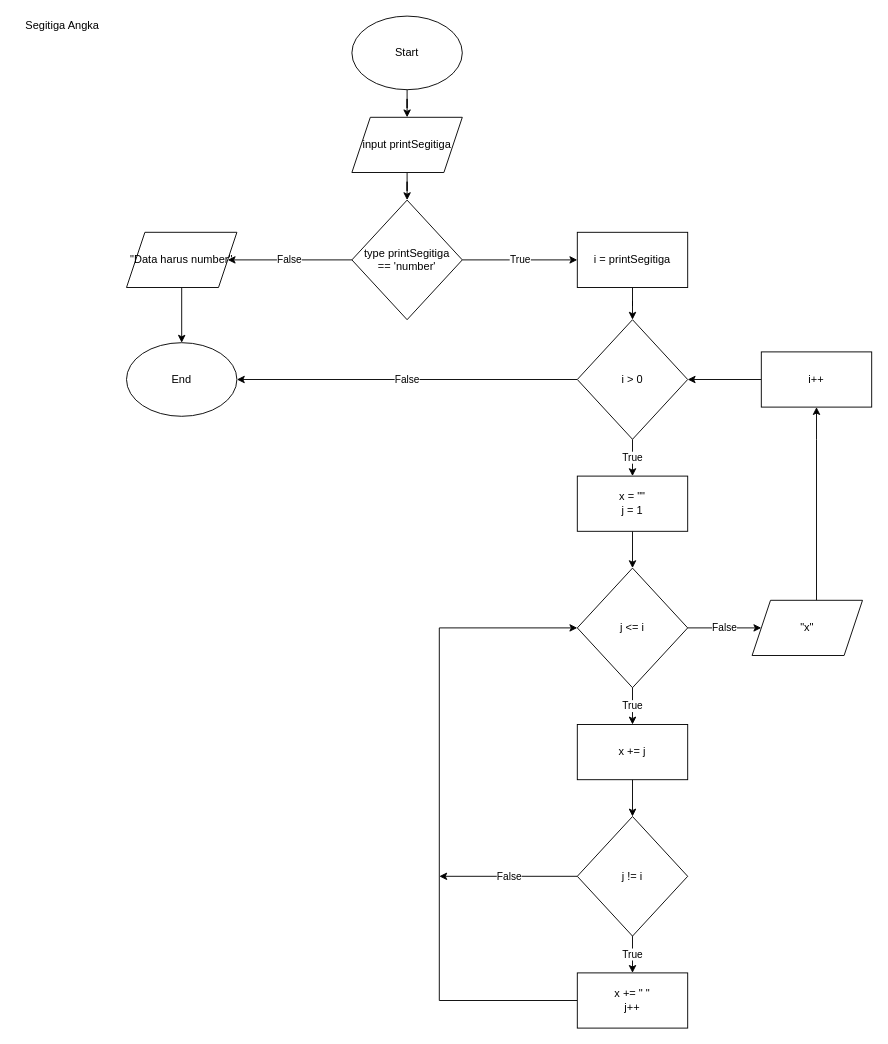
This is segitiga.drawio from 7shiroi/fw5-additional-flowchart, a draw.io file, before an edit. Source tidied: cells renumbered, new cells numbered last; positions are measured from the earlier drawing's top-left corner, leaving out a move shared by most shapes. Both pictures are drawn from the tidied source at 92%, with x=0, y=0 at pixel (16, 16).
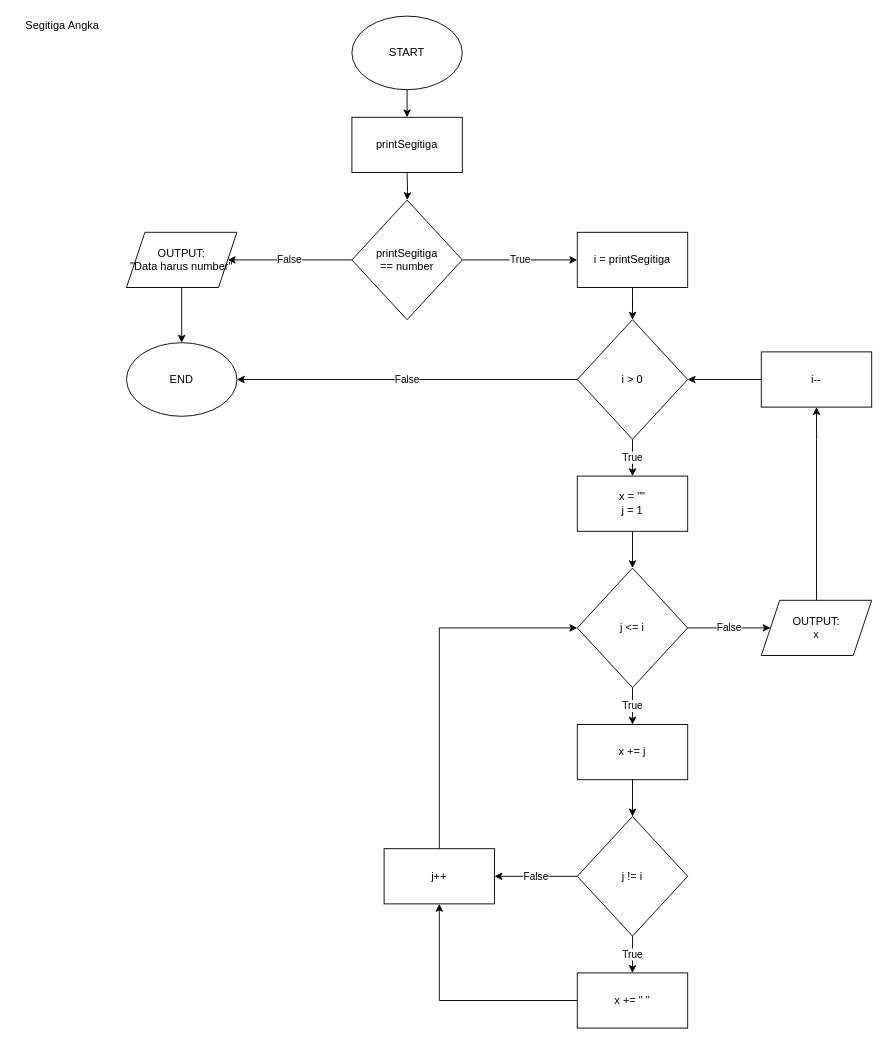
After the change.

Commit message (it also covers changes not shown here):
update after presentation

Unchanged cells that the change refers to:
```xml
<mxCell id="21" value="j &amp;lt;= i" style="rhombus;whiteSpace=wrap;html=1;" parent="1" vertex="1">
  <mxGeometry x="610" y="600" width="120" height="130" as="geometry" />
</mxCell>
<mxCell id="26" value="j != i" style="rhombus;whiteSpace=wrap;html=1;" parent="1" vertex="1">
  <mxGeometry x="610" y="870" width="120" height="130" as="geometry" />
</mxCell>
```

The edit, as a diff of the source:
```diff
@@
-    <mxCell id="3" style="edgeStyle=orthogonalEdgeStyle;rounded=0;jettySize=auto;html=1;" parent="1" edge="1" source="4" target="6">
-      <mxGeometry relative="1" as="geometry" />
+    <mxCell id="3" style="edgeStyle=orthogonalEdgeStyle;rounded=0;jettySize=auto;html=1;" parent="1" edge="1" source="4">
+      <mxGeometry relative="1" as="geometry">
+        <mxPoint x="425" y="110" as="targetPoint" />
+      </mxGeometry>
     </mxCell>
-    <mxCell id="4" value="Start" style="ellipse;whiteSpace=wrap;html=1;" parent="1" vertex="1">
+    <mxCell id="4" value="START" style="ellipse;whiteSpace=wrap;html=1;" parent="1" vertex="1">
       <mxGeometry x="365" width="120" height="80" as="geometry" />
     </mxCell>
-    <mxCell id="5" style="edgeStyle=orthogonalEdgeStyle;rounded=0;jettySize=auto;html=1;" parent="1" edge="1" source="6" target="9">
-      <mxGeometry relative="1" as="geometry" />
+    <mxCell id="5" style="edgeStyle=orthogonalEdgeStyle;rounded=0;jettySize=auto;html=1;" parent="1" edge="1" target="9">
+      <mxGeometry relative="1" as="geometry">
+        <mxPoint x="425" y="170" as="sourcePoint" />
+      </mxGeometry>
     </mxCell>
-    <mxCell id="6" value="input printSegitiga" style="shape=parallelogram;perimeter=parallelogramPerimeter;whiteSpace=wrap;html=1;fixedSize=1;" parent="1" vertex="1">
-      <mxGeometry x="365" y="110" width="120" height="60" as="geometry" />
-    </mxCell>
@@
-    <mxCell id="9" value="type printSegitiga &lt;br&gt;== 'number'" style="rhombus;whiteSpace=wrap;html=1;" parent="1" vertex="1">
+    <mxCell id="9" value="printSegitiga &lt;br&gt;== number" style="rhombus;whiteSpace=wrap;html=1;" parent="1" vertex="1">
       <mxGeometry x="365" y="200" width="120" height="130" as="geometry" />
     </mxCell>
@@
-    <mxCell id="11" value="&quot;Data harus number&quot;" style="shape=parallelogram;perimeter=parallelogramPerimeter;whiteSpace=wrap;html=1;fixedSize=1;" parent="1" vertex="1">
+    <mxCell id="11" value="OUTPUT:&lt;br&gt;&quot;Data harus number&quot;" style="shape=parallelogram;perimeter=parallelogramPerimeter;whiteSpace=wrap;html=1;fixedSize=1;" parent="1" vertex="1">
       <mxGeometry x="120" y="235" width="120" height="60" as="geometry" />
     </mxCell>
@@
-    <mxCell id="25" value="False" style="edgeStyle=orthogonalEdgeStyle;rounded=0;jettySize=auto;html=1;" parent="1" edge="1" source="26">
-      <mxGeometry relative="1" as="geometry">
-        <mxPoint x="460" y="935" as="targetPoint" />
-      </mxGeometry>
+    <mxCell id="25" value="False" style="edgeStyle=orthogonalEdgeStyle;rounded=0;jettySize=auto;html=1;" parent="1" edge="1" source="26" target="36">
+      <mxGeometry relative="1" as="geometry" />
     </mxCell>
@@
-    <mxCell id="27" style="edgeStyle=orthogonalEdgeStyle;rounded=0;jettySize=auto;html=1;" parent="1" edge="1" source="28" target="21">
-      <mxGeometry relative="1" as="geometry">
-        <Array as="points">
-          <mxPoint x="460" y="1070" />
-          <mxPoint x="460" y="665" />
-        </Array>
-      </mxGeometry>
-    </mxCell>
+    <mxCell id="34" style="edgeStyle=orthogonalEdgeStyle;rounded=0;jettySize=auto;html=1;entryX=0.5;entryY=1;entryDx=0;entryDy=0;" parent="1" edge="1" source="28" target="36">
+      <mxGeometry relative="1" as="geometry" />
+    </mxCell>
-    <mxCell id="28" value="x += &quot; &quot;&lt;br&gt;j++" style="rounded=0;whiteSpace=wrap;html=1;" parent="1" vertex="1">
+    <mxCell id="28" value="x += &quot; &quot;" style="rounded=0;whiteSpace=wrap;html=1;" parent="1" vertex="1">
       <mxGeometry x="610" y="1040" width="120" height="60" as="geometry" />
     </mxCell>
@@
-    <mxCell id="30" value="&quot;x&quot;&lt;br&gt;" style="shape=parallelogram;perimeter=parallelogramPerimeter;whiteSpace=wrap;html=1;fixedSize=1;" parent="1" vertex="1">
-      <mxGeometry x="800" y="635" width="120" height="60" as="geometry" />
+    <mxCell id="30" value="OUTPUT:&lt;br&gt;x" style="shape=parallelogram;perimeter=parallelogramPerimeter;whiteSpace=wrap;html=1;fixedSize=1;" parent="1" vertex="1">
+      <mxGeometry x="810" y="635" width="120" height="60" as="geometry" />
     </mxCell>
-    <mxCell id="31" value="End" style="ellipse;whiteSpace=wrap;html=1;" parent="1" vertex="1">
+    <mxCell id="31" value="END" style="ellipse;whiteSpace=wrap;html=1;" parent="1" vertex="1">
       <mxGeometry x="120" y="355" width="120" height="80" as="geometry" />
     </mxCell>
@@
-    <mxCell id="33" value="i++" style="rounded=0;whiteSpace=wrap;html=1;" parent="1" vertex="1">
+    <mxCell id="33" value="i--" style="rounded=0;whiteSpace=wrap;html=1;" parent="1" vertex="1">
       <mxGeometry x="810" y="365" width="120" height="60" as="geometry" />
     </mxCell>
+    <mxCell id="35" style="edgeStyle=orthogonalEdgeStyle;rounded=0;jettySize=auto;html=1;" parent="1" edge="1" source="36" target="21">
+      <mxGeometry relative="1" as="geometry">
+        <Array as="points">
+          <mxPoint x="460" y="665" />
+        </Array>
+      </mxGeometry>
+    </mxCell>
+    <mxCell id="36" value="j++" style="rounded=0;whiteSpace=wrap;html=1;" parent="1" vertex="1">
+      <mxGeometry x="400" y="905" width="120" height="60" as="geometry" />
+    </mxCell>
+    <mxCell id="37" value="printSegitiga" style="rounded=0;whiteSpace=wrap;html=1;" parent="1" vertex="1">
+      <mxGeometry x="365" y="110" width="120" height="60" as="geometry" />
+    </mxCell>
```
